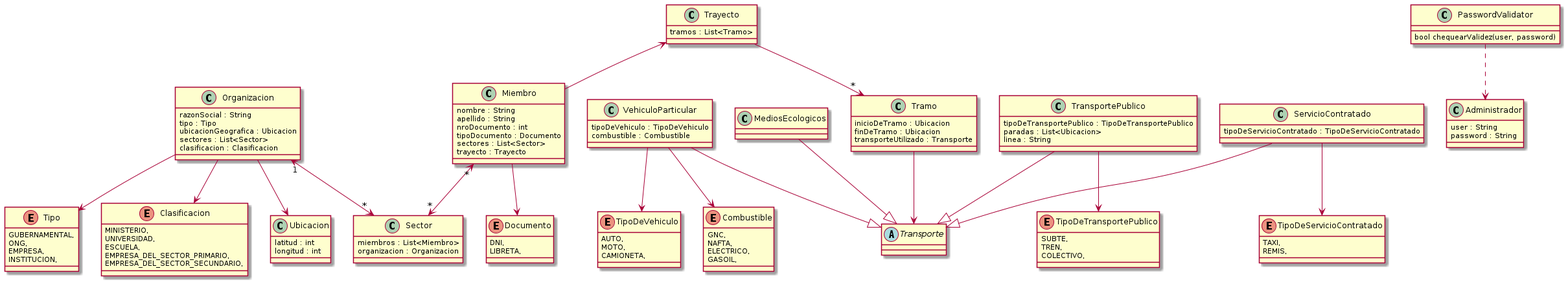
Before: out/Diagrama/TPA-1.png, a diagram exported from PlantUML (mbeorlegui/tpa-dds-2022). Source of this version:
```plantuml
@startuml TPA-1

class Organizacion {
  razonSocial : String
  tipo : Tipo
  ubicacionGeografica : Ubicacion
  sectores : List<Sector>
  clasificacion : Clasificacion
}

class Ubicacion {
  latitud : int
  longitud : int
}

class Sector {
  miembros : List<Miembro>
  organizacion : Organizacion
}

class Miembro {
  nombre : String
  apellido : String
  nroDocumento : int
  tipoDocumento : Documento
  sectores : List<Sector>
  trayecto : Trayecto
}

enum Documento {
  DNI,
  LIBRETA,
}

enum Tipo {
  GUBERNAMENTAL,
  ONG,
  EMPRESA,
  INSTITUCION,
}

enum Clasificacion {
  MINISTERIO,
  UNIVERSIDAD,
  ESCUELA,
  EMPRESA_DEL_SECTOR_PRIMARIO,
  EMPRESA_DEL_SECTOR_SECUNDARIO,
}

abstract class Transporte {

}

class VehiculoParticular {
  tipoDeVehiculo : TipoDeVehiculo
  combustible : Combustible
}

class TransportePublico {
  tipoDeTransportePublico : TipoDeTransportePublico
  paradas : List<Ubicacion>
  linea : String
}

class ServicioContratado {
  tipoDeServicioContratado : TipoDeServicioContratado
}

class MediosEcologicos {

}


enum TipoDeTransportePublico {
  SUBTE,
  TREN,
  COLECTIVO,
}

enum TipoDeVehiculo {
  AUTO,
  MOTO,
  CAMIONETA,
}

enum TipoDeServicioContratado{
  TAXI,
  REMIS,
}

enum Combustible {
  GNC,
  NAFTA,
  ELECTRICO,
  GASOIL,
}

class Tramo {
  inicioDeTramo : Ubicacion
  finDeTramo : Ubicacion
  transporteUtilizado : Transporte
}

class Trayecto {
  tramos : List<Tramo>
}

Miembro "*"<-->"*" Sector
Organizacion --> Tipo
Organizacion --> Clasificacion
Organizacion --> Ubicacion
Organizacion "1"<-->"*" Sector
Miembro --> Documento

Trayecto --> "*" Tramo
Trayecto <-- Miembro
Tramo --> Transporte
TransportePublico --> TipoDeTransportePublico
VehiculoParticular --> TipoDeVehiculo
VehiculoParticular --> Combustible
ServicioContratado --> TipoDeServicioContratado

TransportePublico --|> Transporte
VehiculoParticular --|> Transporte
MediosEcologicos --|> Transporte
ServicioContratado --|> Transporte

class Administrador {
  user : String
  password : String
}

class PasswordValidator {
  bool chequearValidez(user, password)
}

PasswordValidator ..> Administrador

@enduml
```
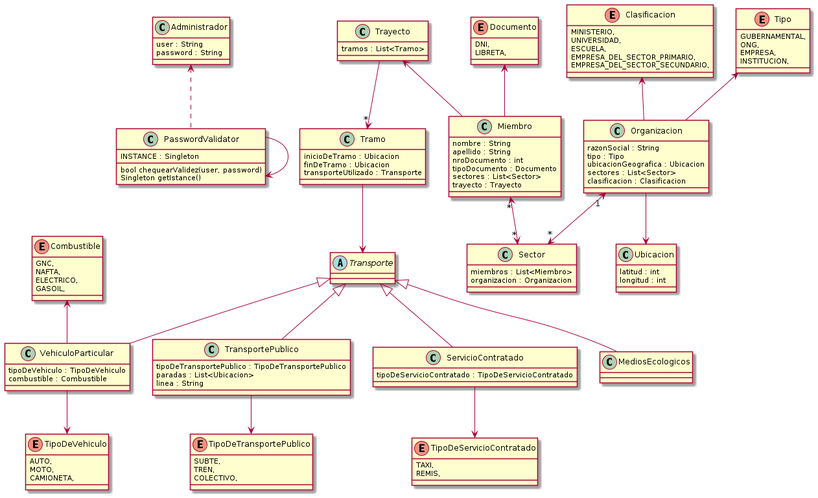
After the change.

Commit message:
Fix singleton en UML + emprolijo diagrama UML

What changed in the source:
```diff
@@ -105,35 +105,38 @@
   tramos : List<Tramo>
 }
 
+class Administrador {
+  user : String
+  password : String
+}
+
+class PasswordValidator {
+  INSTANCE : Singleton
+  bool chequearValidez(user, password)
+  Singleton getIstance()
+}
+
 Miembro "*"<-->"*" Sector
-Organizacion --> Tipo
-Organizacion --> Clasificacion
+Organizacion -up-> Tipo
+Organizacion -up-> Clasificacion
 Organizacion --> Ubicacion
 Organizacion "1"<-->"*" Sector
-Miembro --> Documento
+Miembro -up-> Documento
 
 Trayecto --> "*" Tramo
 Trayecto <-- Miembro
 Tramo --> Transporte
 TransportePublico --> TipoDeTransportePublico
 VehiculoParticular --> TipoDeVehiculo
-VehiculoParticular --> Combustible
-ServicioContratado --> TipoDeServicioContratado
+VehiculoParticular -up-> Combustible
+ServicioContratado -down-> TipoDeServicioContratado
 
-TransportePublico --|> Transporte
-VehiculoParticular --|> Transporte
-MediosEcologicos --|> Transporte
-ServicioContratado --|> Transporte
+TransportePublico -up-|> Transporte
+VehiculoParticular -up-|> Transporte
+MediosEcologicos -up-|> Transporte
+ServicioContratado -up-|> Transporte
 
-class Administrador {
-  user : String
-  password : String
-}
-
-class PasswordValidator {
-  bool chequearValidez(user, password)
-}
-
-PasswordValidator ..> Administrador
+PasswordValidator .up.> Administrador
+PasswordValidator --> PasswordValidator
 
 @enduml
```
